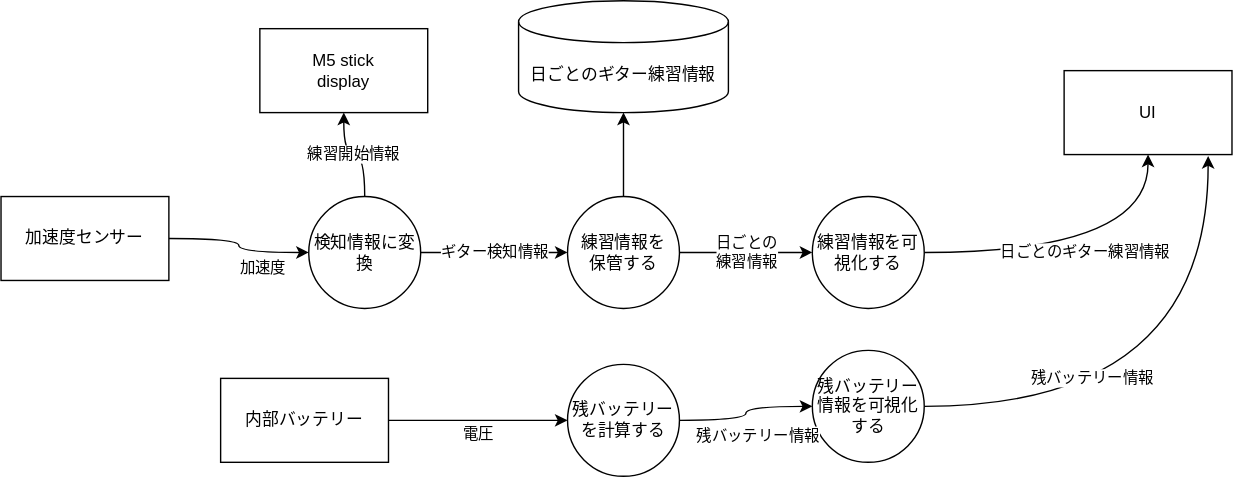
gakutosasabe/Gitter keeps this draw.io diagram as images/DFD0.drawio.svg. Above is the earlier version. Source tidied: cells renumbered, new cells last; positions are measured from the earlier drawing's top-left corner, leaving out a move shared by most shapes. The source it was exported from:
```xml
<mxGraphModel>
  <root>
    <mxCell id="0" />
    <mxCell id="1" parent="0" />
    <mxCell id="2" value="日ごとのギター練習情報" style="edgeStyle=orthogonalEdgeStyle;curved=1;html=1;exitX=1;exitY=0.5;exitDx=0;exitDy=0;" parent="1" edge="1" source="17" target="7">
      <mxGeometry relative="1" as="geometry" />
    </mxCell>
    <mxCell id="3" value="練習開始情報" style="edgeStyle=orthogonalEdgeStyle;curved=1;html=1;entryX=0.5;entryY=1;entryDx=0;entryDy=0;exitX=0.5;exitY=0;exitDx=0;exitDy=0;" parent="1" edge="1" source="12" target="10">
      <mxGeometry relative="1" as="geometry" />
    </mxCell>
    <mxCell id="4" style="edgeStyle=orthogonalEdgeStyle;html=1;curved=1;entryX=0;entryY=0.5;entryDx=0;entryDy=0;" parent="1" edge="1" source="6" target="12">
      <mxGeometry relative="1" as="geometry" />
    </mxCell>
    <mxCell id="5" value="加速度" style="edgeLabel;html=1;align=center;verticalAlign=middle;" parent="4" vertex="1">
      <mxGeometry x="0.27" y="2" relative="1" as="geometry">
        <mxPoint x="6" y="12" as="offset" />
      </mxGeometry>
    </mxCell>
    <mxCell id="6" value="加速度センサー" style="rounded=0;whiteSpace=wrap;html=1;" parent="1" vertex="1">
      <mxGeometry y="140" width="120" height="60" as="geometry" />
    </mxCell>
    <mxCell id="7" value="UI" style="rounded=0;whiteSpace=wrap;html=1;" parent="1" vertex="1">
      <mxGeometry x="760" y="50" width="120" height="60" as="geometry" />
    </mxCell>
    <mxCell id="8" value="電圧" style="edgeStyle=orthogonalEdgeStyle;curved=1;html=1;entryX=0;entryY=0.5;entryDx=0;entryDy=0;" parent="1" edge="1" source="9" target="21">
      <mxGeometry y="-10" relative="1" as="geometry" />
    </mxCell>
    <mxCell id="9" value="内部バッテリー" style="rounded=0;whiteSpace=wrap;html=1;" parent="1" vertex="1">
      <mxGeometry x="157" y="270" width="120" height="60" as="geometry" />
    </mxCell>
    <mxCell id="10" value="M5 stick&lt;br&gt;display" style="rounded=0;whiteSpace=wrap;html=1;" parent="1" vertex="1">
      <mxGeometry x="185" y="20" width="120" height="60" as="geometry" />
    </mxCell>
    <mxCell id="11" value="ギター検知情報" style="edgeStyle=orthogonalEdgeStyle;html=1;entryX=0;entryY=0.5;entryDx=0;entryDy=0;curved=1;" parent="1" edge="1" source="12" target="15">
      <mxGeometry relative="1" as="geometry" />
    </mxCell>
    <mxCell id="12" value="検知情報に変換" style="ellipse;whiteSpace=wrap;html=1;" parent="1" vertex="1">
      <mxGeometry x="220" y="140" width="80" height="80" as="geometry" />
    </mxCell>
    <mxCell id="13" style="edgeStyle=orthogonalEdgeStyle;curved=1;html=1;entryX=0.5;entryY=1;entryDx=0;entryDy=0;entryPerimeter=0;" parent="1" edge="1" source="15" target="16">
      <mxGeometry relative="1" as="geometry" />
    </mxCell>
    <mxCell id="14" value="日ごとの&lt;br&gt;練習情報" style="edgeStyle=orthogonalEdgeStyle;curved=1;html=1;entryX=0;entryY=0.5;entryDx=0;entryDy=0;" parent="1" edge="1" source="15" target="17">
      <mxGeometry relative="1" as="geometry" />
    </mxCell>
    <mxCell id="15" value="練習情報を&lt;br&gt;保管する" style="ellipse;whiteSpace=wrap;html=1;" parent="1" vertex="1">
      <mxGeometry x="405" y="140" width="80" height="80" as="geometry" />
    </mxCell>
    <mxCell id="16" value="日ごとのギター練習情報" style="shape=cylinder3;whiteSpace=wrap;html=1;boundedLbl=1;backgroundOutline=1;size=15;" parent="1" vertex="1">
      <mxGeometry x="370" width="150" height="80" as="geometry" />
    </mxCell>
    <mxCell id="17" value="練習情報を可視化する" style="ellipse;whiteSpace=wrap;html=1;" parent="1" vertex="1">
      <mxGeometry x="580" y="140" width="80" height="80" as="geometry" />
    </mxCell>
    <mxCell id="18" value="残バッテリー情報" style="edgeStyle=orthogonalEdgeStyle;curved=1;html=1;entryX=0.858;entryY=1.017;entryDx=0;entryDy=0;entryPerimeter=0;" parent="1" edge="1" source="19" target="7">
      <mxGeometry x="-0.37" y="20" relative="1" as="geometry" />
    </mxCell>
    <mxCell id="19" value="残バッテリー情報を可視化する" style="ellipse;whiteSpace=wrap;html=1;" parent="1" vertex="1">
      <mxGeometry x="580" y="250" width="80" height="80" as="geometry" />
    </mxCell>
    <mxCell id="20" value="残バッテリー情報" style="edgeStyle=orthogonalEdgeStyle;curved=1;html=1;" parent="1" edge="1" source="21" target="19">
      <mxGeometry x="-0.1" y="-12" relative="1" as="geometry">
        <mxPoint x="-4" y="11" as="offset" />
      </mxGeometry>
    </mxCell>
    <mxCell id="21" value="残バッテリーを計算する" style="ellipse;whiteSpace=wrap;html=1;" parent="1" vertex="1">
      <mxGeometry x="405" y="260" width="80" height="80" as="geometry" />
    </mxCell>
  </root>
</mxGraphModel>
```
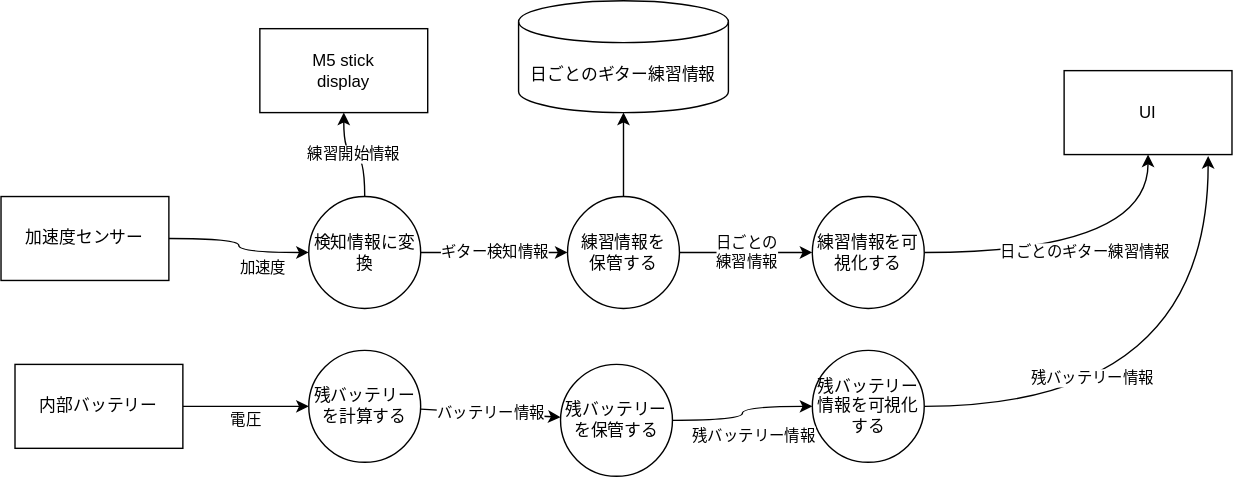
The same file after the commit.

Diff of the diagram source:
```diff
@@ -26,7 +26,7 @@
       <mxGeometry y="-10" relative="1" as="geometry" />
     </mxCell>
     <mxCell id="9" value="内部バッテリー" style="rounded=0;whiteSpace=wrap;html=1;" parent="1" vertex="1">
-      <mxGeometry x="157" y="270" width="120" height="60" as="geometry" />
+      <mxGeometry x="10" y="260" width="120" height="60" as="geometry" />
     </mxCell>
     <mxCell id="10" value="M5 stick&lt;br&gt;display" style="rounded=0;whiteSpace=wrap;html=1;" parent="1" vertex="1">
       <mxGeometry x="185" y="20" width="120" height="60" as="geometry" />
@@ -58,13 +58,19 @@
     <mxCell id="19" value="残バッテリー情報を可視化する" style="ellipse;whiteSpace=wrap;html=1;" parent="1" vertex="1">
       <mxGeometry x="580" y="250" width="80" height="80" as="geometry" />
     </mxCell>
-    <mxCell id="20" value="残バッテリー情報" style="edgeStyle=orthogonalEdgeStyle;curved=1;html=1;" parent="1" edge="1" source="21" target="19">
+    <mxCell id="20" value="残バッテリー情報" style="edgeStyle=orthogonalEdgeStyle;curved=1;html=1;exitX=1;exitY=0.5;exitDx=0;exitDy=0;" parent="1" edge="1" source="23" target="19">
       <mxGeometry x="-0.1" y="-12" relative="1" as="geometry">
         <mxPoint x="-4" y="11" as="offset" />
       </mxGeometry>
     </mxCell>
+    <mxCell id="22" value="バッテリー情報" style="edgeStyle=none;html=1;" parent="1" edge="1" source="21" target="23">
+      <mxGeometry relative="1" as="geometry" />
+    </mxCell>
     <mxCell id="21" value="残バッテリーを計算する" style="ellipse;whiteSpace=wrap;html=1;" parent="1" vertex="1">
-      <mxGeometry x="405" y="260" width="80" height="80" as="geometry" />
+      <mxGeometry x="220" y="250" width="80" height="80" as="geometry" />
     </mxCell>
+    <mxCell id="23" value="残バッテリーを保管する" style="ellipse;whiteSpace=wrap;html=1;" parent="1" vertex="1">
+      <mxGeometry x="400" y="260" width="80" height="80" as="geometry" />
+    </mxCell>
   </root>
 </mxGraphModel>
```
